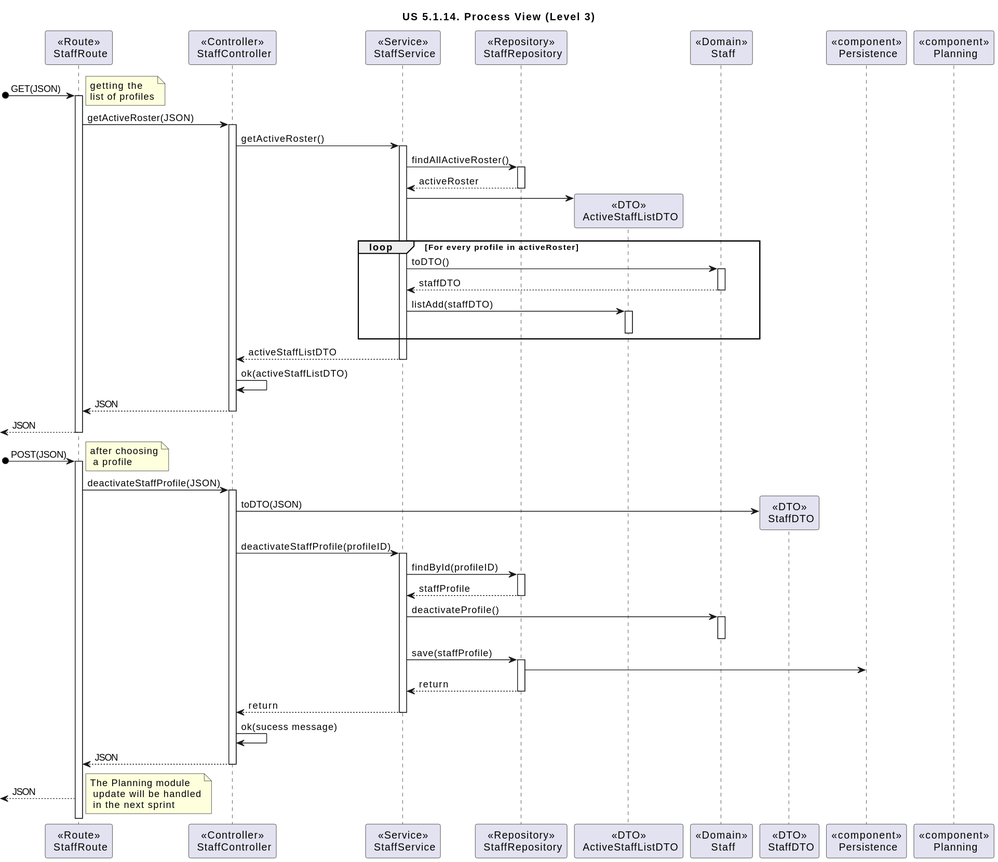
This is docs/sprint-1/1220738/us-5.1.14/Diagrams/Views/process-view-level-3.svg from rita-barbosa/LAPR5-2425, a PlantUML export, as it was before one commit.
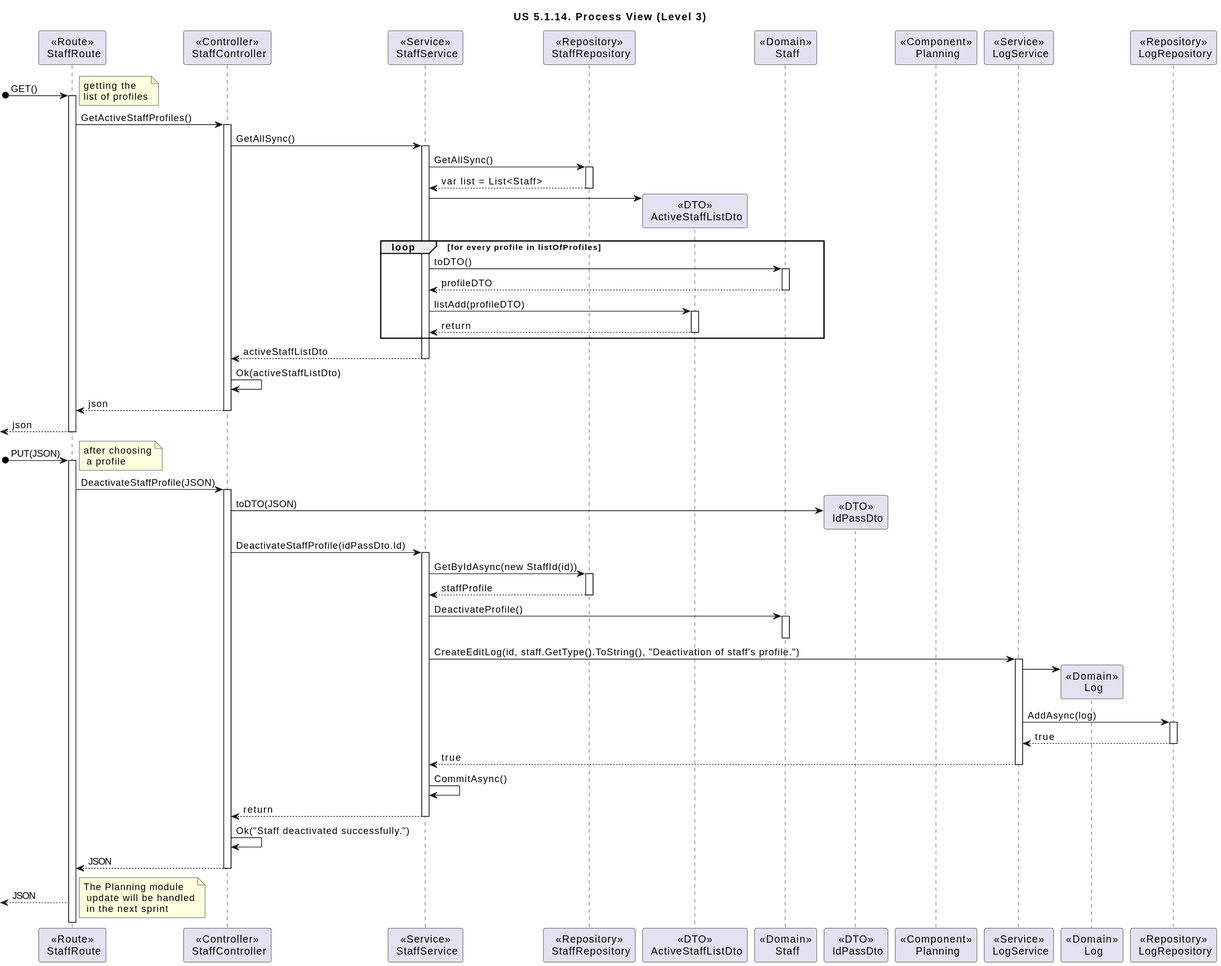
Later version of the same file.

Diff of the diagram source:
```diff
@@ -5,83 +5,92 @@
 participant "<<Controller>>\n StaffController" as CONTROL
 participant "<<Service>>\n StaffService" as STAFFSERV
 participant "<<Repository>>\n StaffRepository" as STAFFREPO
-participant "<<DTO>>\n ActiveStaffListDTO" as ACTIVESTAFFLISTDTO
+participant "<<DTO>>\n ActiveStaffListDto" as ACTIVESTAFFLISTDTO
 participant "<<Domain>>\n Staff" as STAFF
-participant "<<DTO>>\n StaffDTO" as STAFFDTO
-participant "<<component>>\n Persistence" as PERSISTENCE
-participant "<<component>>\n Planning" as PLAN
+participant "<<DTO>>\n IdPassDto" as STAFFDTO
+participant "<<Component>>\n Planning" as PLAN
+participant "<<Service>>\n LogService" as LOGServ
+participant "<<Domain>>\n Log" as LOG
+participant "<<Repository>>\n LogRepository" as LOGRepo
 
-[o-> ROUTE : GET(JSON)
+[o-> ROUTE : GET()
 note right : getting the \nlist of profiles
 
 Activate ROUTE
 
-ROUTE -> CONTROL : getActiveRoster(JSON)
+ROUTE -> CONTROL : GetActiveStaffProfiles()
 
 Activate CONTROL
 
-CONTROL -> STAFFSERV : getActiveRoster()
-ACTIVATE STAFFSERV
+CONTROL -> STAFFSERV : GetAllSync()
+Activate STAFFSERV
 
-STAFFSERV -> STAFFREPO : findAllActiveRoster()
-ACTIVATE STAFFREPO
-STAFFREPO --> STAFFSERV : activeRoster
-DEACTIVATE STAFFREPO
+STAFFSERV -> STAFFREPO : GetAllSync()
+Activate STAFFREPO
+
+STAFFREPO --> STAFFSERV : var list = List<Staff>
+Deactivate STAFFREPO
 
 STAFFSERV -> ACTIVESTAFFLISTDTO**
 
-loop For every profile in activeRoster
+loop for every profile in listOfProfiles
 STAFFSERV -> STAFF : toDTO()
 activate STAFF
-STAFF --> STAFFSERV : staffDTO
+STAFF --> STAFFSERV : profileDTO
 deactivate STAFF
-
-STAFFSERV -> ACTIVESTAFFLISTDTO : listAdd(staffDTO)
-ACTIVATE ACTIVESTAFFLISTDTO
-DEACTIVATE ACTIVESTAFFLISTDTO
+STAFFSERV -> ACTIVESTAFFLISTDTO : listAdd(profileDTO)
+activate ACTIVESTAFFLISTDTO
+ACTIVESTAFFLISTDTO --> STAFFSERV : return
+deactivate ACTIVESTAFFLISTDTO
 end
 
-STAFFSERV --> CONTROL : activeStaffListDTO
-DEACTIVATE STAFFSERV
+STAFFSERV --> CONTROL : activeStaffListDto
+Deactivate STAFFSERV
 
-CONTROL -> CONTROL : ok(activeStaffListDTO)
-CONTROL --> ROUTE : JSON
-DEACTIVATE CONTROL
+CONTROL -> CONTROL : Ok(activeStaffListDto)
 
-<-- ROUTE : JSON
+CONTROL --> ROUTE : json
+Deactivate CONTROL
+<-- ROUTE : json
 deactivate ROUTE
 
-[o-> ROUTE : POST(JSON)
+[o-> ROUTE : PUT(JSON)
 note right : after choosing\n a profile
 ACTIVATE ROUTE
 
-ROUTE -> CONTROL : deactivateStaffProfile(JSON)
+ROUTE -> CONTROL : DeactivateStaffProfile(JSON)
 ACTIVATE CONTROL
 
 CONTROL -> STAFFDTO** : toDTO(JSON)
 
-CONTROL -> STAFFSERV : deactivateStaffProfile(profileID)
+CONTROL -> STAFFSERV : DeactivateStaffProfile(idPassDto.Id)
 ACTIVATE STAFFSERV
 
-STAFFSERV -> STAFFREPO : findById(profileID)
+STAFFSERV -> STAFFREPO : GetByIdAsync(new StaffId(id))
 ACTIVATE STAFFREPO
 STAFFREPO --> STAFFSERV : staffProfile
 DEACTIVATE STAFFREPO
 
-STAFFSERV -> STAFF : deactivateProfile()
+STAFFSERV -> STAFF : DeactivateProfile()
 ACTIVATE STAFF
 DEACTIVATE STAFF
 
-STAFFSERV -> STAFFREPO : save(staffProfile)
-ACTIVATE STAFFREPO
-STAFFREPO -> PERSISTENCE
-STAFFREPO --> STAFFSERV : return
-DEACTIVATE STAFFREPO
+STAFFSERV -> LOGServ : CreateEditLog(id, staff.GetType().ToString(), "Deactivation of staff's profile.")
+activate LOGServ
+LOGServ -> LOG**
+LOGServ -> LOGRepo : AddAsync(log)
+activate LOGRepo
+LOGRepo --> LOGServ : true
+deactivate LOGRepo
+LOGServ --> STAFFSERV : true
+deactivate LOGServ
+
+STAFFSERV -> STAFFSERV : CommitAsync()
 
 STAFFSERV --> CONTROL : return
 DEACTIVATE STAFFSERV
 
-CONTROL -> CONTROL : ok(sucess message)
+CONTROL -> CONTROL : Ok("Staff deactivated successfully.")
 CONTROL --> ROUTE : JSON
 DEACTIVATE CONTROL
 
```
